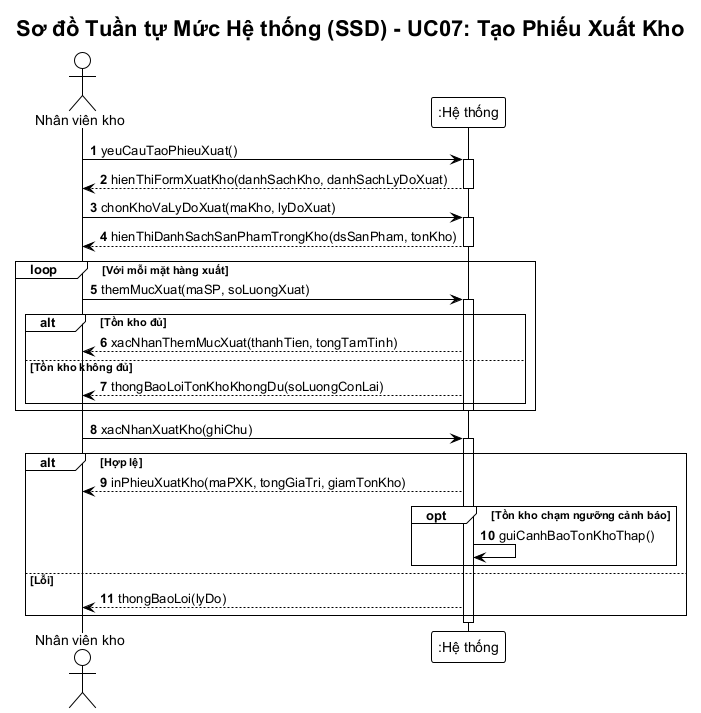
Earlier version of the PlantUML export BTL-QuanLyKhoHang/diagrams/ssd-xuat-kho.png (vuhoabinh2416137/G8_Quanlysanphamvakhohang).
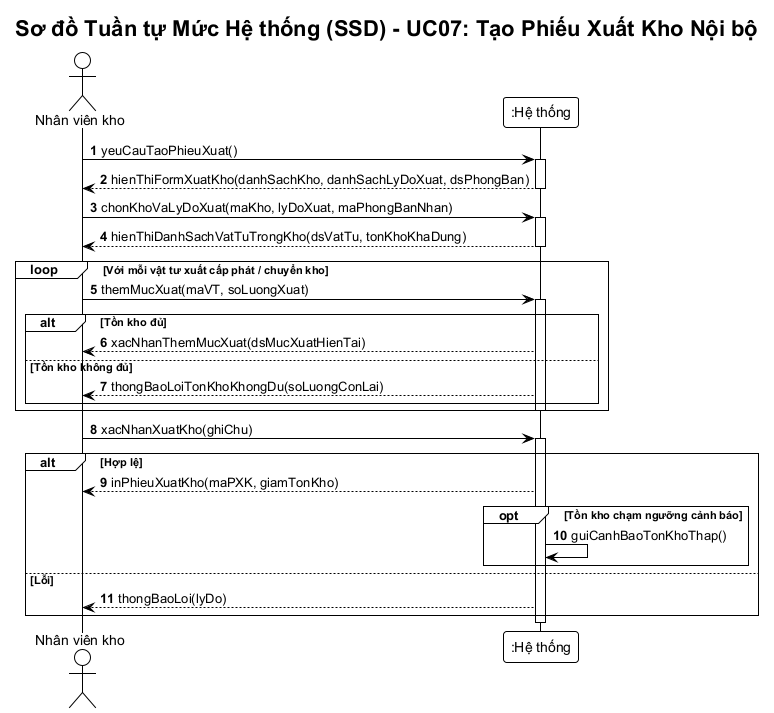
Later version of the same file.

The edit, as a diff of the source:
```diff
@@ -4,26 +4,26 @@
 skinparam responseMessageBelowArrow true
 skinparam defaultFontName "Arial"
 
-title Sơ đồ Tuần tự Mức Hệ thống (SSD) - UC07: Tạo Phiếu Xuất Kho
+title Sơ đồ Tuần tự Mức Hệ thống (SSD) - UC07: Tạo Phiếu Xuất Kho Nội bộ
 
 actor "Nhân viên kho" as NV
 participant ":Hệ thống" as Sys
 
 NV -> Sys: yeuCauTaoPhieuXuat()
 activate Sys
-Sys --> NV: hienThiFormXuatKho(danhSachKho, danhSachLyDoXuat)
+Sys --> NV: hienThiFormXuatKho(danhSachKho, danhSachLyDoXuat, dsPhongBan)
 deactivate Sys
 
-NV -> Sys: chonKhoVaLyDoXuat(maKho, lyDoXuat)
+NV -> Sys: chonKhoVaLyDoXuat(maKho, lyDoXuat, maPhongBanNhan)
 activate Sys
-Sys --> NV: hienThiDanhSachSanPhamTrongKho(dsSanPham, tonKho)
+Sys --> NV: hienThiDanhSachVatTuTrongKho(dsVatTu, tonKhoKhaDung)
 deactivate Sys
 
-loop Với mỗi mặt hàng xuất
-    NV -> Sys: themMucXuat(maSP, soLuongXuat)
+loop Với mỗi vật tư xuất cấp phát / chuyển kho
+    NV -> Sys: themMucXuat(maVT, soLuongXuat)
     activate Sys
     alt Tồn kho đủ
-        Sys --> NV: xacNhanThemMucXuat(thanhTien, tongTamTinh)
+        Sys --> NV: xacNhanThemMucXuat(dsMucXuatHienTai)
     else Tồn kho không đủ
         Sys --> NV: thongBaoLoiTonKhoKhongDu(soLuongConLai)
     end
@@ -33,7 +33,7 @@
 NV -> Sys: xacNhanXuatKho(ghiChu)
 activate Sys
 alt Hợp lệ
-    Sys --> NV: inPhieuXuatKho(maPXK, tongGiaTri, giamTonKho)
+    Sys --> NV: inPhieuXuatKho(maPXK, giamTonKho)
     opt Tồn kho chạm ngưỡng cảnh báo
         Sys -> Sys: guiCanhBaoTonKhoThap()
     end
```
